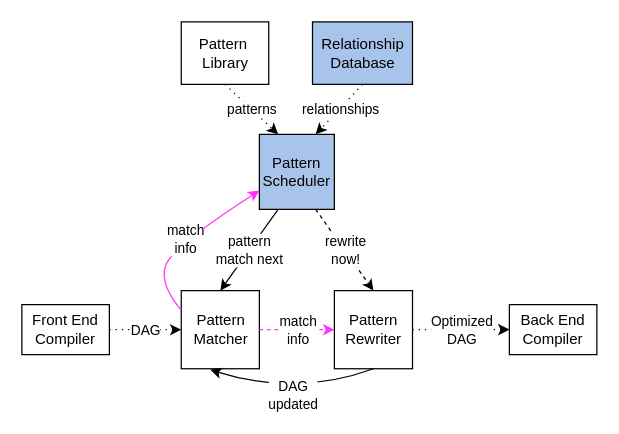
RosaryXiang/draw keeps this draw.io diagram as 未命名绘图.drawio. Above is the earlier version. Source tidied: cells renumbered, new cells numbered last; positions are measured from the earlier drawing's top-left corner, leaving out a move shared by most shapes. Both pictures are drawn from the tidied source at 125%, with x=0, y=0 at pixel (21, 21).
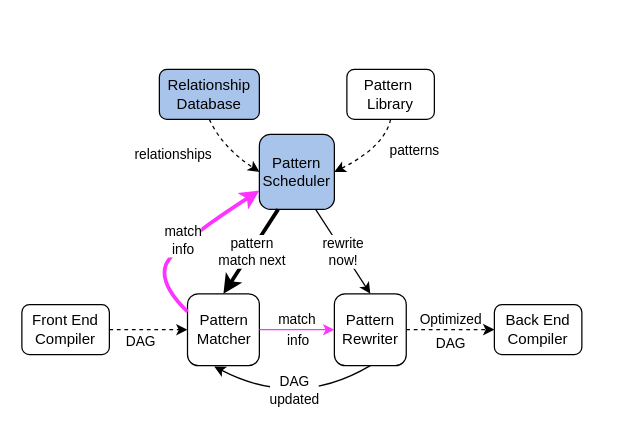
Above is the later version.

Commit message:
未命名绘图.drawio

The edit, as a diff of the source:
```diff
@@
-    <mxCell id="2" value="Pattern&lt;br&gt;Scheduler" style="whiteSpace=wrap;html=1;fillColor=#A9C4EB;" parent="1" vertex="1">
+    <mxCell id="2" value="Pattern&lt;br&gt;Scheduler" style="whiteSpace=wrap;html=1;fillColor=#A9C4EB;rounded=1;" parent="1" vertex="1">
       <mxGeometry x="190" y="90" width="60" height="60" as="geometry" />
     </mxCell>
-    <mxCell id="3" value="Front End &lt;br&gt;Compiler" style="rounded=0;whiteSpace=wrap;html=1;" parent="1" vertex="1">
+    <mxCell id="3" value="Front End &lt;br&gt;Compiler" style="rounded=1;whiteSpace=wrap;html=1;" parent="1" vertex="1">
       <mxGeometry y="226.2" width="70" height="40" as="geometry" />
     </mxCell>
-    <mxCell id="4" style="endArrow=classic;html=1;rounded=0;exitX=1;exitY=0.5;exitDx=0;exitDy=0;entryX=0;entryY=0.5;entryDx=0;entryDy=0;dashed=1;dashPattern=1 4;" parent="1" edge="1" source="3" target="12">
+    <mxCell id="4" style="endArrow=classic;html=1;rounded=0;exitX=1;exitY=0.5;exitDx=0;exitDy=0;entryX=0;entryY=0.5;entryDx=0;entryDy=0;dashed=1;" parent="1" edge="1" source="3" target="12">
       <mxGeometry relative="1" as="geometry" />
     </mxCell>
     <mxCell id="5" value="DAG" style="edgeLabel;html=1;align=center;verticalAlign=middle;" parent="4" vertex="1">
-      <mxGeometry relative="1" as="geometry" />
+      <mxGeometry relative="1" as="geometry">
+        <mxPoint x="-6" y="9" as="offset" />
+      </mxGeometry>
     </mxCell>
-    <mxCell id="6" value="Pattern&amp;nbsp;&lt;br&gt;Library" style="rounded=0;whiteSpace=wrap;html=1;" parent="1" vertex="1">
-      <mxGeometry x="127.5" width="70" height="50" as="geometry" />
+    <mxCell id="6" value="Pattern&amp;nbsp;&lt;br&gt;Library" style="rounded=1;whiteSpace=wrap;html=1;" parent="1" vertex="1">
+      <mxGeometry x="260" y="38" width="70" height="40" as="geometry" />
     </mxCell>
-    <mxCell id="7" value="Relationship&lt;br&gt;Database" style="rounded=0;whiteSpace=wrap;html=1;fillColor=#A9C4EB;" parent="1" vertex="1">
-      <mxGeometry x="232.5" width="80" height="50" as="geometry" />
+    <mxCell id="7" value="Relationship&lt;br&gt;Database" style="rounded=1;whiteSpace=wrap;html=1;fillColor=#A9C4EB;" parent="1" vertex="1">
+      <mxGeometry x="110" y="38" width="80" height="40" as="geometry" />
     </mxCell>
-    <mxCell id="8" style="endArrow=classic;html=1;rounded=0;exitX=0.5;exitY=1;exitDx=0;exitDy=0;entryX=0.25;entryY=0;entryDx=0;entryDy=0;dashed=1;dashPattern=1 4;" parent="1" edge="1" source="6" target="2">
-      <mxGeometry relative="1" as="geometry" />
-    </mxCell>
-    <mxCell id="9" value="patterns" style="edgeLabel;html=1;align=center;verticalAlign=middle;" parent="8" vertex="1">
-      <mxGeometry relative="1" as="geometry" />
-    </mxCell>
-    <mxCell id="10" style="endArrow=classic;html=1;rounded=0;exitX=0.5;exitY=1;exitDx=0;exitDy=0;entryX=0.75;entryY=0;entryDx=0;entryDy=0;dashed=1;dashPattern=1 4;" parent="1" edge="1" source="7" target="2">
-      <mxGeometry relative="1" as="geometry" />
-    </mxCell>
-    <mxCell id="11" value="relationships" style="edgeLabel;html=1;align=center;verticalAlign=middle;" parent="10" vertex="1">
-      <mxGeometry relative="1" as="geometry" />
-    </mxCell>
-    <mxCell id="12" value="Pattern Matcher" style="whiteSpace=wrap;html=1;" parent="1" vertex="1">
-      <mxGeometry x="127.5" y="215" width="62.5" height="62.5" as="geometry" />
+    <mxCell id="12" value="Pattern Matcher" style="whiteSpace=wrap;html=1;rounded=1;" parent="1" vertex="1">
+      <mxGeometry x="132.5" y="217.5" width="57.5" height="57.5" as="geometry" />
     </mxCell>
-    <mxCell id="13" value="Pattern&lt;br&gt;Rewriter" style="whiteSpace=wrap;html=1;" parent="1" vertex="1">
-      <mxGeometry x="250" y="215" width="62.5" height="62.5" as="geometry" />
+    <mxCell id="13" value="Pattern&lt;br&gt;Rewriter" style="whiteSpace=wrap;html=1;rounded=1;" parent="1" vertex="1">
+      <mxGeometry x="250" y="217.5" width="57.5" height="57.5" as="geometry" />
     </mxCell>
-    <mxCell id="14" style="endArrow=classic;html=1;rounded=0;exitX=0.25;exitY=1;exitDx=0;exitDy=0;entryX=0.5;entryY=0;entryDx=0;entryDy=0;" parent="1" edge="1" source="2" target="12">
+    <mxCell id="14" style="endArrow=classic;html=1;rounded=0;exitX=0.25;exitY=1;exitDx=0;exitDy=0;entryX=0.5;entryY=0;entryDx=0;entryDy=0;strokeWidth=3;" parent="1" edge="1" source="2" target="12">
       <mxGeometry relative="1" as="geometry" />
     </mxCell>
@@
-    <mxCell id="16" style="endArrow=classic;html=1;rounded=0;entryX=0.5;entryY=0;entryDx=0;entryDy=0;exitX=0.75;exitY=1;exitDx=0;exitDy=0;dashed=1;" parent="1" edge="1" source="2" target="13">
+    <mxCell id="16" style="endArrow=classic;html=1;rounded=0;entryX=0.5;entryY=0;entryDx=0;entryDy=0;exitX=0.75;exitY=1;exitDx=0;exitDy=0;" parent="1" edge="1" source="2" target="13">
       <mxGeometry relative="1" as="geometry" />
     </mxCell>
@@
-    <mxCell id="18" style="endArrow=classic;html=1;rounded=0;exitX=1;exitY=0.5;exitDx=0;exitDy=0;entryX=0;entryY=0.5;entryDx=0;entryDy=0;fillColor=#FF33FF;strokeColor=#FF33FF;dashed=1;" parent="1" edge="1" source="12" target="13">
+    <mxCell id="18" style="endArrow=classic;html=1;rounded=0;exitX=1;exitY=0.5;exitDx=0;exitDy=0;entryX=0;entryY=0.5;entryDx=0;entryDy=0;fillColor=#FF33FF;strokeColor=#FF33FF;strokeWidth=1;" parent="1" edge="1" source="12" target="13">
       <mxGeometry relative="1" as="geometry" />
     </mxCell>
-    <mxCell id="19" value="match&lt;br&gt;info" style="edgeLabel;html=1;align=center;verticalAlign=middle;" parent="18" vertex="1">
-      <mxGeometry relative="1" as="geometry" />
+    <mxCell id="19" value="match" style="edgeLabel;html=1;align=center;verticalAlign=middle;" parent="18" vertex="1">
+      <mxGeometry relative="1" as="geometry">
+        <mxPoint x="-1" y="-9" as="offset" />
+      </mxGeometry>
     </mxCell>
-    <mxCell id="20" style="endArrow=classic;html=1;entryX=0;entryY=0.75;entryDx=0;entryDy=0;exitX=0;exitY=0.25;exitDx=0;exitDy=0;fillColor=#0077FF;strokeColor=#FF33FF;curved=1;" parent="1" edge="1" source="12" target="2">
+    <mxCell id="20" style="endArrow=classic;html=1;entryX=0;entryY=0.75;entryDx=0;entryDy=0;exitX=0;exitY=0.25;exitDx=0;exitDy=0;fillColor=#0077FF;strokeColor=#FF33FF;curved=1;strokeWidth=3;" parent="1" edge="1" source="12" target="2">
       <mxGeometry relative="1" as="geometry">
         <Array as="points">
           <mxPoint x="110" y="210" />
           <mxPoint x="120" y="180" />
         </Array>
       </mxGeometry>
     </mxCell>
@@
-    <mxCell id="22" style="endArrow=classic;html=1;exitX=0.5;exitY=1;exitDx=0;exitDy=0;entryX=0.372;entryY=1.012;entryDx=0;entryDy=0;entryPerimeter=0;curved=1;" parent="1" edge="1" source="13" target="12">
+    <mxCell id="22" style="endArrow=classic;html=1;entryX=0.372;entryY=1.012;entryDx=0;entryDy=0;entryPerimeter=0;curved=1;strokeWidth=1;exitX=0.5;exitY=1;exitDx=0;exitDy=0;" parent="1" edge="1" source="13" target="12">
       <mxGeometry relative="1" as="geometry">
         <Array as="points">
-          <mxPoint x="220" y="300" />
+          <mxPoint x="220" y="310" />
         </Array>
       </mxGeometry>
     </mxCell>
     <mxCell id="23" value="DAG&lt;br&gt;updated" style="edgeLabel;html=1;align=center;verticalAlign=middle;" parent="22" vertex="1">
-      <mxGeometry relative="1" as="geometry" />
+      <mxGeometry relative="1" as="geometry">
+        <mxPoint y="-14" as="offset" />
+      </mxGeometry>
     </mxCell>
-    <mxCell id="24" style="endArrow=classic;html=1;rounded=0;exitX=1;exitY=0.5;exitDx=0;exitDy=0;entryX=0;entryY=0.5;entryDx=0;entryDy=0;dashed=1;dashPattern=1 4;" parent="1" edge="1" source="13" target="26">
+    <mxCell id="24" style="endArrow=classic;html=1;rounded=0;exitX=1;exitY=0.5;exitDx=0;exitDy=0;entryX=0;entryY=0.5;entryDx=0;entryDy=0;dashed=1;" parent="1" edge="1" source="13" target="26">
       <mxGeometry relative="1" as="geometry" />
     </mxCell>
-    <mxCell id="25" value="Optimized&lt;br&gt;DAG" style="edgeLabel;html=1;align=center;verticalAlign=middle;" parent="24" vertex="1">
-      <mxGeometry relative="1" as="geometry" />
+    <mxCell id="25" value="Optimized" style="edgeLabel;html=1;align=center;verticalAlign=middle;" parent="24" vertex="1">
+      <mxGeometry relative="1" as="geometry">
+        <mxPoint y="-9" as="offset" />
+      </mxGeometry>
     </mxCell>
-    <mxCell id="26" value="Back End Compiler" style="rounded=0;whiteSpace=wrap;html=1;" parent="1" vertex="1">
-      <mxGeometry x="390" y="226.2" width="70" height="40" as="geometry" />
+    <mxCell id="26" value="Back End Compiler" style="rounded=1;whiteSpace=wrap;html=1;" parent="1" vertex="1">
+      <mxGeometry x="378" y="226.2" width="70" height="40" as="geometry" />
     </mxCell>
+    <mxCell id="27" value="DAG" style="edgeLabel;html=1;align=center;verticalAlign=middle;" parent="1" vertex="1">
+      <mxGeometry x="354" y="254" as="geometry">
+        <mxPoint x="-12" y="2" as="offset" />
+      </mxGeometry>
+    </mxCell>
+    <mxCell id="28" value="info" style="edgeLabel;html=1;align=center;verticalAlign=middle;" parent="1" vertex="1">
+      <mxGeometry x="210" y="254" as="geometry">
+        <mxPoint x="10" as="offset" />
+      </mxGeometry>
+    </mxCell>
+    <mxCell id="10" style="endArrow=classic;html=1;exitX=0.5;exitY=1;exitDx=0;exitDy=0;entryX=0;entryY=0.5;entryDx=0;entryDy=0;curved=1;dashed=1;" parent="1" edge="1" source="7" target="2">
+      <mxGeometry relative="1" as="geometry">
+        <Array as="points">
+          <mxPoint x="160" y="100" />
+        </Array>
+      </mxGeometry>
+    </mxCell>
+    <mxCell id="11" value="relationships" style="edgeLabel;html=1;align=center;verticalAlign=middle;" parent="10" vertex="1">
+      <mxGeometry relative="1" as="geometry">
+        <mxPoint x="-44" y="2" as="offset" />
+      </mxGeometry>
+    </mxCell>
+    <mxCell id="8" style="endArrow=classic;html=1;exitX=0.5;exitY=1;exitDx=0;exitDy=0;entryX=1;entryY=0.5;entryDx=0;entryDy=0;curved=1;dashed=1;" parent="1" edge="1" source="6" target="2">
+      <mxGeometry relative="1" as="geometry">
+        <Array as="points">
+          <mxPoint x="290" y="100" />
+        </Array>
+      </mxGeometry>
+    </mxCell>
+    <mxCell id="9" value="patterns" style="edgeLabel;html=1;align=center;verticalAlign=middle;" parent="8" vertex="1">
+      <mxGeometry relative="1" as="geometry">
+        <mxPoint x="34" y="-3" as="offset" />
+      </mxGeometry>
+    </mxCell>
```
